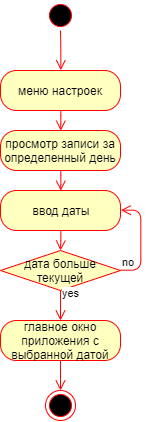
Earlier version of the draw.io export Images/activity.png (poupoupouCx/your_day). Source tidied: cells renumbered, new cells last; positions are measured from the earlier drawing's top-left corner, leaving out a move shared by most shapes.
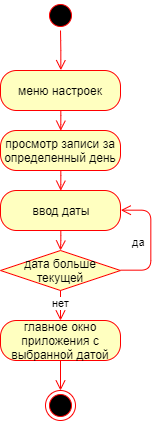
After the commit.

What changed in the source:
```diff
@@ -22,18 +22,17 @@
     <mxCell id="7" value="дата больше текущей" style="rhombus;whiteSpace=wrap;html=1;fillColor=#ffffc0;strokeColor=#ff0000;" parent="1" vertex="1">
       <mxGeometry y="250" width="120" height="40" as="geometry" />
     </mxCell>
-    <mxCell id="8" value="no" style="edgeStyle=orthogonalEdgeStyle;html=1;align=left;verticalAlign=bottom;endArrow=open;endSize=8;strokeColor=#ff0000;entryX=1;entryY=0.5;entryDx=0;entryDy=0;exitX=1;exitY=0.5;exitDx=0;exitDy=0;" parent="1" edge="1" source="7" target="6">
-      <mxGeometry x="-1" relative="1" as="geometry">
+    <mxCell id="8" value="да" style="edgeStyle=orthogonalEdgeStyle;html=1;align=left;verticalAlign=bottom;endArrow=open;endSize=8;strokeColor=#ff0000;entryX=1;entryY=0.5;entryDx=0;entryDy=0;exitX=1;exitY=0.5;exitDx=0;exitDy=0;" parent="1" edge="1" source="7" target="6">
+      <mxGeometry x="-0.17" y="20" relative="1" as="geometry">
         <Array as="points">
-          <mxPoint x="140" y="270" />
-          <mxPoint x="140" y="210" />
+          <mxPoint x="150" y="270" />
+          <mxPoint x="150" y="210" />
         </Array>
       </mxGeometry>
     </mxCell>
-    <mxCell id="9" value="yes" style="edgeStyle=orthogonalEdgeStyle;html=1;align=left;verticalAlign=top;endArrow=open;endSize=8;strokeColor=#ff0000;" parent="1" edge="1" source="7">
+    <mxCell id="9" value="нет" style="edgeStyle=orthogonalEdgeStyle;html=1;align=left;verticalAlign=top;endArrow=open;endSize=8;strokeColor=#ff0000;" parent="1" edge="1" source="7">
       <mxGeometry x="-1" y="-10" relative="1" as="geometry">
         <mxPoint x="60" y="320" as="targetPoint" />
-        <mxPoint x="10" y="-10" as="offset" />
       </mxGeometry>
     </mxCell>
     <mxCell id="10" value="просмотр записи за определенный день" style="rounded=1;whiteSpace=wrap;html=1;arcSize=40;fontColor=#000000;fillColor=#ffffc0;strokeColor=#ff0000;" parent="1" vertex="1">
```
